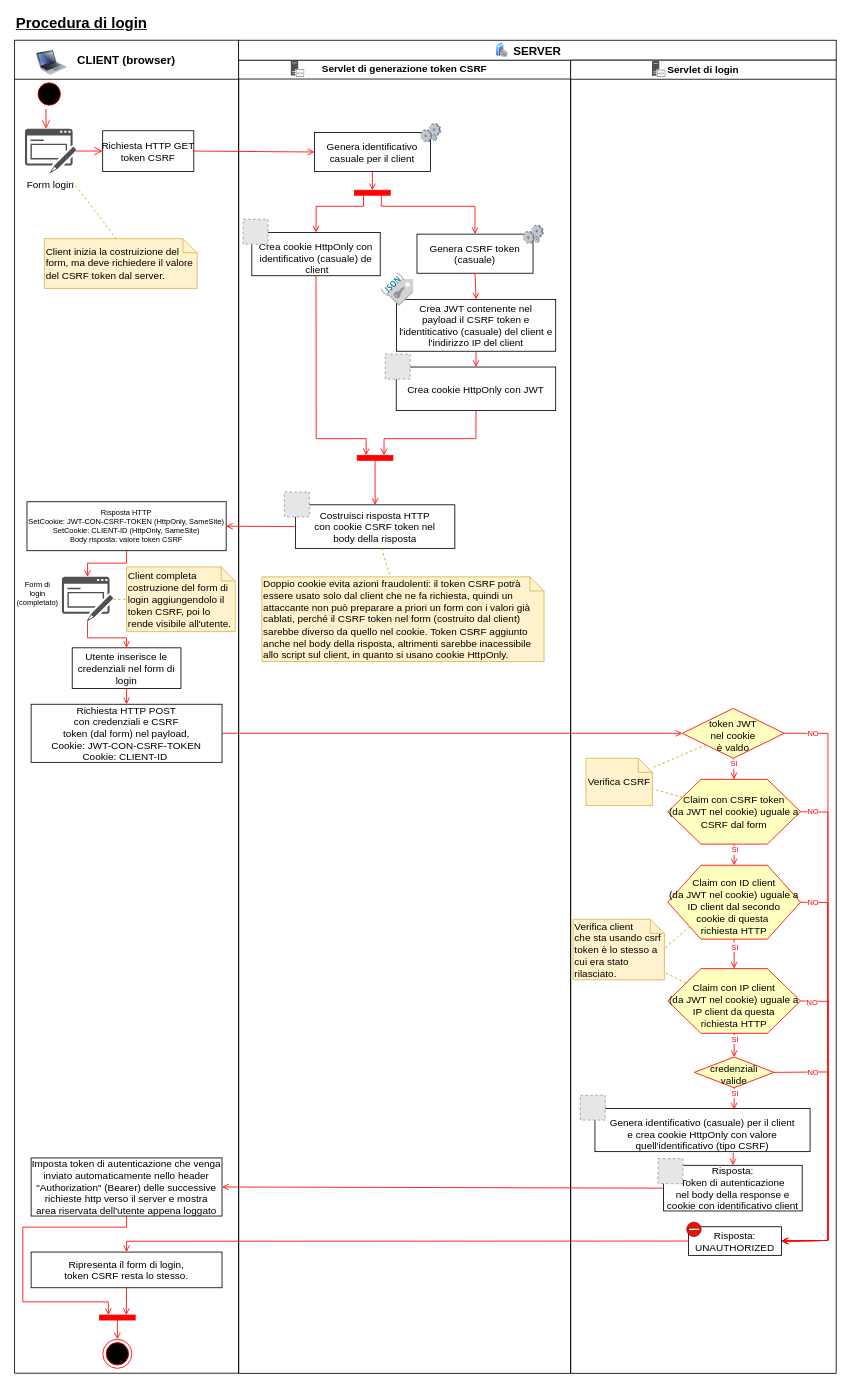
The draw.io diagram algoritmi schemi e note progettuali/algoritmi/Login.drawio in matteoferfoglia/progetto-progrweb-2020, before the edit. Source tidied: cells renumbered, new cells numbered last; positions are measured from the earlier drawing's top-left corner, leaving out a move shared by most shapes. Both pictures are drawn from the tidied source at 83%, with x=0, y=0 at pixel (14, 15). Pictures stored in the file or linked from it are replaced by grey dashed boxes.
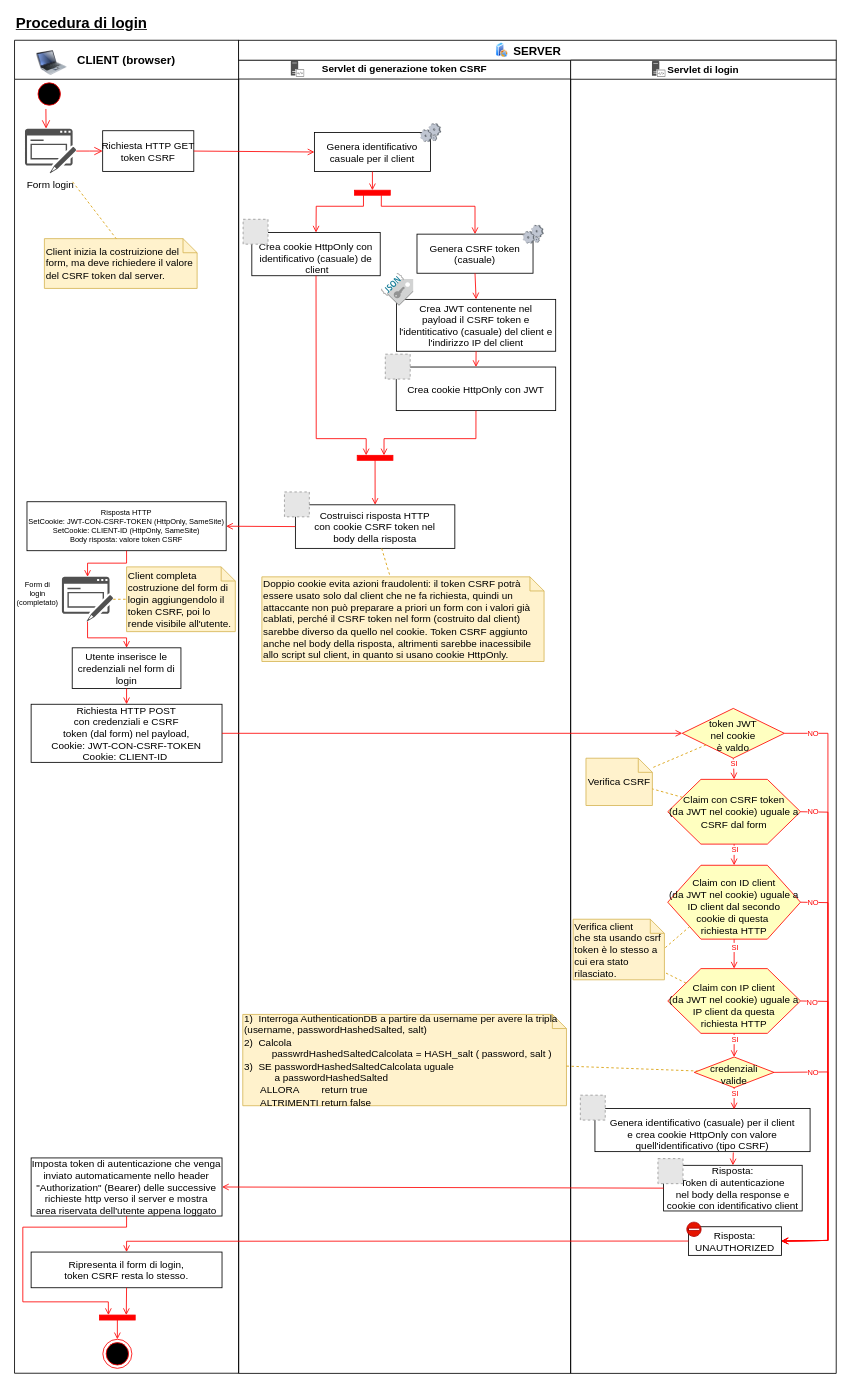
Above is the later version.

The change refers to these unchanged cells:
```xml
<mxCell id="29" style="group;" parent="1" vertex="1">
  <mxGeometry x="270" y="30" width="724" height="1606.2" as="geometry" />
</mxCell>
<mxCell id="31" value="Servlet di generazione token CSRF" style="swimlane;whiteSpace=wrap;startSize=23;" parent="30" vertex="1">
  <mxGeometry width="400" height="1582.5" as="geometry" />
</mxCell>
<mxCell id="115" value="credenziali&#10;valide" style="rhombus;fillColor=#FFFFC0;strokeColor=#ff0000;spacingLeft=0;spacingTop=5;" parent="73" vertex="1">
  <mxGeometry x="149" y="1201" width="96" height="37" as="geometry" />
</mxCell>
```

Diff of the diagram source:
```diff
@@
+    <mxCell id="128" value="1)  Interroga AuthenticationDB a partire da username per avere la tripla (username, passwordHashedSalted, salt)&#10;2)  Calcola&#10;          passwrdHashedSaltedCalcolata = HASH_salt ( password, salt )&#10;3)  SE passwordHashedSaltedCalcolata uguale      &#10;           a passwordHashedSalted&#10;      ALLORA        return true&#10;      ALTRIMENTI return false" style="shape=note;whiteSpace=wrap;size=17;align=left;fillColor=#fff2cc;strokeColor=#d6b656;" parent="31" vertex="1">
+      <mxGeometry x="5" y="1150" width="390" height="110" as="geometry" />
+    </mxCell>
@@
+    <mxCell id="129" style="endArrow=none;strokeColor=#d79b00;endFill=0;rounded=0;dashed=1;fillColor=#ffe6cc;" parent="29" edge="1" source="128" target="115">
+      <mxGeometry relative="1" as="geometry" />
+    </mxCell>
```
